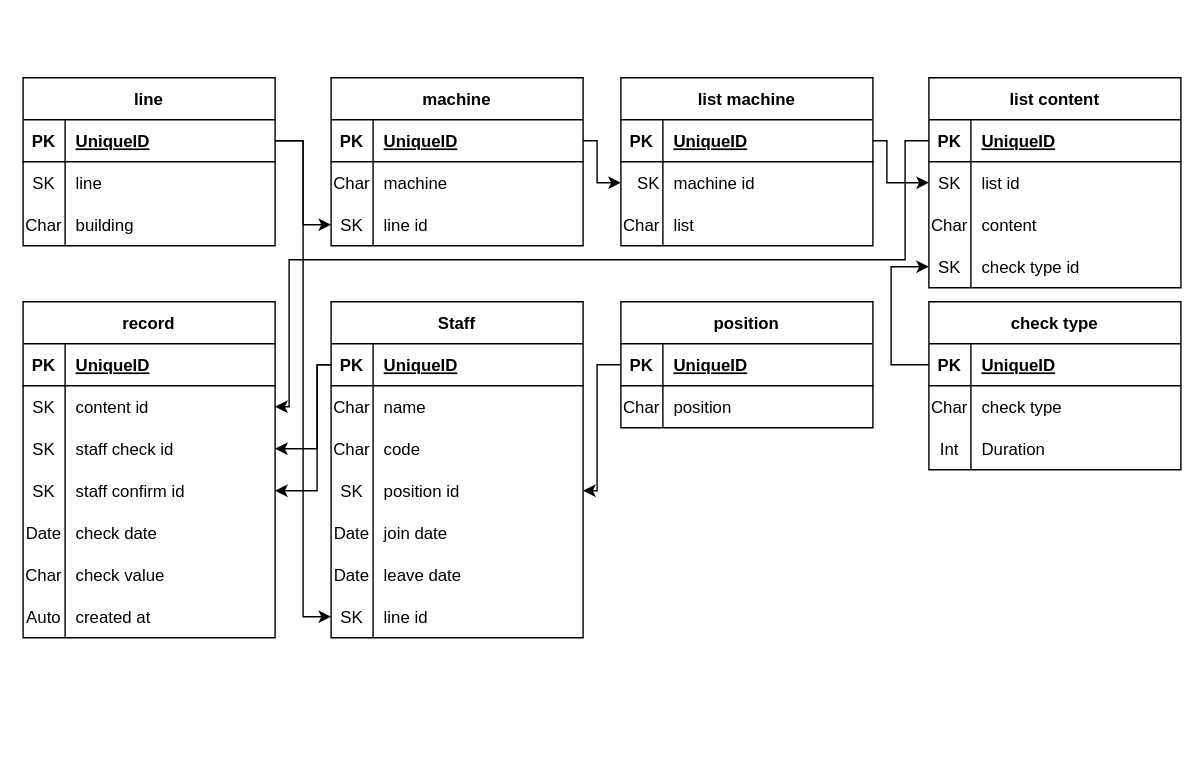
The draw.io diagram checksheet_diagram.drawio in MVC0712/Check_Sheet, before the edit. Source tidied: cells renumbered, new cells numbered last; positions are measured from the earlier drawing's top-left corner, leaving out a move shared by most shapes. Both pictures are drawn from the tidied source at 140%, with x=0, y=0 at pixel (22, 77).
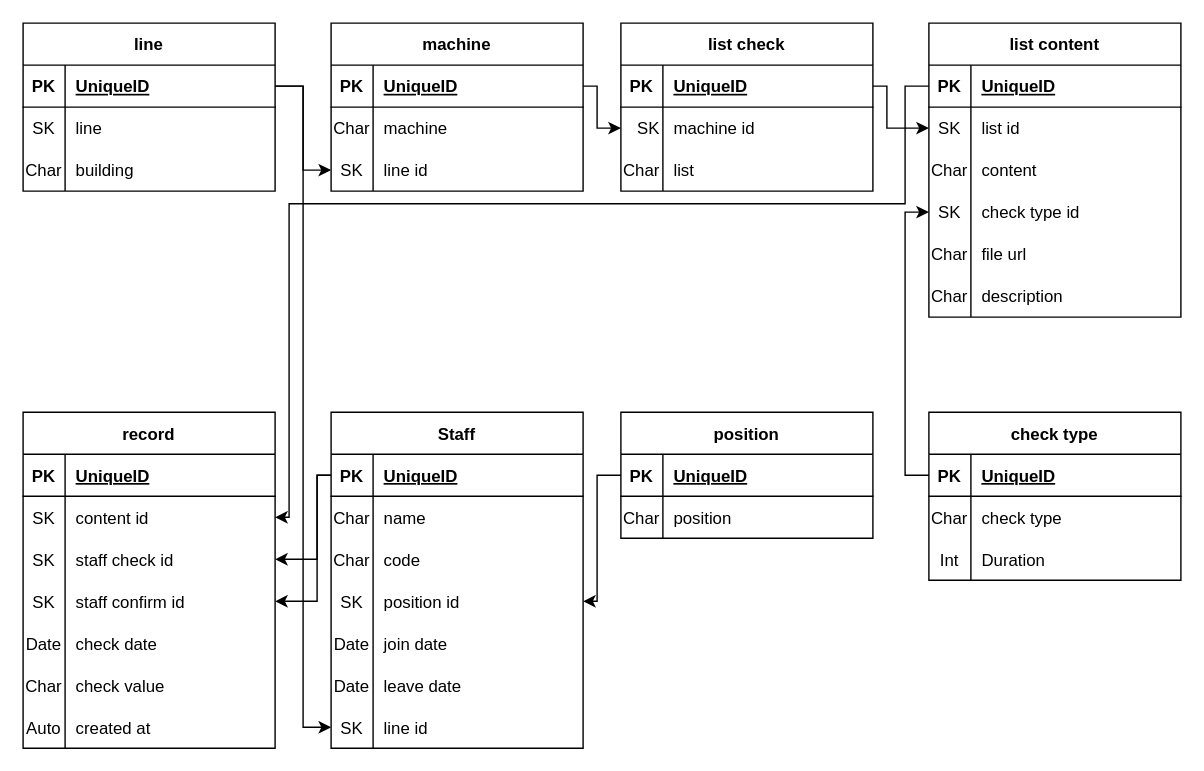
Above is the later version.

Unchanged cells that the change refers to:
```xml
<mxCell id="13" style="shape=tableRow;horizontal=0;startSize=0;swimlaneHead=0;swimlaneBody=0;fillColor=none;points=[[0,0.5],[1,0.5]];portConstraint=eastwest;top=0;left=0;right=0;bottom=1;" parent="12" vertex="1">
  <mxGeometry y="30" width="180" height="30" as="geometry" />
</mxCell>
<mxCell id="23" style="shape=tableRow;horizontal=0;startSize=0;swimlaneHead=0;swimlaneBody=0;fillColor=none;points=[[0,0.5],[1,0.5]];portConstraint=eastwest;top=0;left=0;right=0;bottom=1;" parent="22" vertex="1">
  <mxGeometry y="30" width="180" height="30" as="geometry" />
</mxCell>
<mxCell id="26" style="shape=tableRow;horizontal=0;startSize=0;swimlaneHead=0;swimlaneBody=0;fillColor=none;points=[[0,0.5],[1,0.5]];portConstraint=eastwest;top=0;left=0;right=0;bottom=0;" parent="22" vertex="1">
  <mxGeometry y="60" width="180" height="30" as="geometry" />
</mxCell>
<mxCell id="33" style="shape=tableRow;horizontal=0;startSize=0;swimlaneHead=0;swimlaneBody=0;fillColor=none;points=[[0,0.5],[1,0.5]];portConstraint=eastwest;top=0;left=0;right=0;bottom=1;" parent="32" vertex="1">
  <mxGeometry y="30" width="180" height="30" as="geometry" />
</mxCell>
<mxCell id="36" style="shape=tableRow;horizontal=0;startSize=0;swimlaneHead=0;swimlaneBody=0;fillColor=none;points=[[0,0.5],[1,0.5]];portConstraint=eastwest;top=0;left=0;right=0;bottom=0;" parent="32" vertex="1">
  <mxGeometry y="60" width="180" height="30" as="geometry" />
</mxCell>
<mxCell id="42" style="shape=tableRow;horizontal=0;startSize=0;swimlaneHead=0;swimlaneBody=0;fillColor=none;points=[[0,0.5],[1,0.5]];portConstraint=eastwest;top=0;left=0;right=0;bottom=0;" parent="32" vertex="1">
  <mxGeometry y="120" width="180" height="30" as="geometry" />
</mxCell>
<mxCell id="49" style="shape=tableRow;horizontal=0;startSize=0;swimlaneHead=0;swimlaneBody=0;fillColor=none;points=[[0,0.5],[1,0.5]];portConstraint=eastwest;top=0;left=0;right=0;bottom=0;" parent="45" vertex="1">
  <mxGeometry y="60" width="180" height="30" as="geometry" />
</mxCell>
<mxCell id="52" style="shape=tableRow;horizontal=0;startSize=0;swimlaneHead=0;swimlaneBody=0;fillColor=none;points=[[0,0.5],[1,0.5]];portConstraint=eastwest;top=0;left=0;right=0;bottom=0;" parent="45" vertex="1">
  <mxGeometry y="90" width="180" height="30" as="geometry" />
</mxCell>
<mxCell id="55" style="shape=tableRow;horizontal=0;startSize=0;swimlaneHead=0;swimlaneBody=0;fillColor=none;points=[[0,0.5],[1,0.5]];portConstraint=eastwest;top=0;left=0;right=0;bottom=0;" parent="45" vertex="1">
  <mxGeometry y="120" width="180" height="30" as="geometry" />
</mxCell>
<mxCell id="68" style="shape=tableRow;horizontal=0;startSize=0;swimlaneHead=0;swimlaneBody=0;fillColor=none;points=[[0,0.5],[1,0.5]];portConstraint=eastwest;top=0;left=0;right=0;bottom=1;" parent="67" vertex="1">
  <mxGeometry y="30" width="180" height="30" as="geometry" />
</mxCell>
<mxCell id="77" style="shape=tableRow;horizontal=0;startSize=0;swimlaneHead=0;swimlaneBody=0;fillColor=none;points=[[0,0.5],[1,0.5]];portConstraint=eastwest;top=0;left=0;right=0;bottom=0;" parent="67" vertex="1">
  <mxGeometry y="120" width="180" height="30" as="geometry" />
</mxCell>
<mxCell id="90" style="shape=tableRow;horizontal=0;startSize=0;swimlaneHead=0;swimlaneBody=0;fillColor=none;points=[[0,0.5],[1,0.5]];portConstraint=eastwest;top=0;left=0;right=0;bottom=1;" parent="89" vertex="1">
  <mxGeometry y="30" width="180" height="30" as="geometry" />
</mxCell>
<mxCell id="104" style="shape=tableRow;horizontal=0;startSize=0;swimlaneHead=0;swimlaneBody=0;fillColor=none;points=[[0,0.5],[1,0.5]];portConstraint=eastwest;top=0;left=0;right=0;bottom=1;" parent="103" vertex="1">
  <mxGeometry y="30" width="180" height="30" as="geometry" />
</mxCell>
```

Change to the diagram source:
```diff
@@
     <mxCell id="2" value="line" style="shape=table;startSize=30;childLayout=tableLayout;rowLines=0;fontStyle=1;align=center;" parent="1" vertex="1">
-      <mxGeometry width="180" height="120" as="geometry" />
+      <mxGeometry y="-39" width="180" height="120" as="geometry" />
     </mxCell>
@@
     <mxCell id="12" value="machine" style="shape=table;startSize=30;childLayout=tableLayout;rowLines=0;fontStyle=1;align=center;" parent="1" vertex="1">
-      <mxGeometry x="220" width="180" height="120" as="geometry" />
+      <mxGeometry x="220" y="-39" width="180" height="120" as="geometry" />
     </mxCell>
@@
-    <mxCell id="22" value="list machine" style="shape=table;startSize=30;childLayout=tableLayout;rowLines=0;fontStyle=1;align=center;" parent="1" vertex="1">
-      <mxGeometry x="427" width="180" height="120" as="geometry" />
+    <mxCell id="22" value="list check" style="shape=table;startSize=30;childLayout=tableLayout;rowLines=0;fontStyle=1;align=center;" parent="1" vertex="1">
+      <mxGeometry x="427" y="-39" width="180" height="120" as="geometry" />
     </mxCell>
@@
     <mxCell id="32" value="list content" style="shape=table;startSize=30;childLayout=tableLayout;rowLines=0;fontStyle=1;align=center;" parent="1" vertex="1">
-      <mxGeometry x="647" width="180" height="150" as="geometry" />
+      <mxGeometry x="647" y="-39" width="180" height="210" as="geometry" />
     </mxCell>
@@
+    <mxCell id="115" style="shape=tableRow;horizontal=0;startSize=0;swimlaneHead=0;swimlaneBody=0;fillColor=none;top=0;left=0;right=0;bottom=0;" parent="32" vertex="1">
+      <mxGeometry y="150" width="180" height="30" as="geometry" />
+    </mxCell>
+    <mxCell id="116" value="Char" style="shape=partialRectangle;fillColor=none;top=0;left=0;bottom=0;right=0;overflow=hidden;" parent="115" vertex="1">
+      <mxGeometry width="30" height="30" as="geometry" />
+    </mxCell>
+    <mxCell id="117" value="file url" style="shape=partialRectangle;fillColor=none;top=0;left=0;bottom=0;right=0;align=left;spacingLeft=6;overflow=hidden;" parent="115" vertex="1">
+      <mxGeometry x="30" width="150" height="30" as="geometry" />
+    </mxCell>
+    <mxCell id="118" style="shape=tableRow;horizontal=0;startSize=0;swimlaneHead=0;swimlaneBody=0;fillColor=none;top=0;left=0;right=0;bottom=0;" parent="32" vertex="1">
+      <mxGeometry y="180" width="180" height="30" as="geometry" />
+    </mxCell>
+    <mxCell id="119" value="Char" style="shape=partialRectangle;fillColor=none;top=0;left=0;bottom=0;right=0;overflow=hidden;" parent="118" vertex="1">
+      <mxGeometry width="30" height="30" as="geometry" />
+    </mxCell>
+    <mxCell id="120" value="description" style="shape=partialRectangle;fillColor=none;top=0;left=0;bottom=0;right=0;align=left;spacingLeft=6;overflow=hidden;" parent="118" vertex="1">
+      <mxGeometry x="30" width="150" height="30" as="geometry" />
+    </mxCell>
     <mxCell id="45" value="record" style="shape=table;startSize=30;childLayout=tableLayout;rowLines=0;fontStyle=1;align=center;" parent="1" vertex="1">
-      <mxGeometry y="160" width="180" height="240" as="geometry" />
+      <mxGeometry y="239" width="180" height="240" as="geometry" />
     </mxCell>
@@
     <mxCell id="67" value="Staff" style="shape=table;startSize=30;childLayout=tableLayout;rowLines=0;fontStyle=1;align=center;" parent="1" vertex="1">
-      <mxGeometry x="220" y="160" width="180" height="240" as="geometry" />
+      <mxGeometry x="220" y="239" width="180" height="240" as="geometry" />
     </mxCell>
@@
     <mxCell id="89" value="position" style="shape=table;startSize=30;childLayout=tableLayout;rowLines=0;fontStyle=1;align=center;" parent="1" vertex="1">
-      <mxGeometry x="427" y="160" width="180" height="90" as="geometry" />
+      <mxGeometry x="427" y="239" width="180" height="90" as="geometry" />
     </mxCell>
@@
     <mxCell id="97" style="edgeStyle=orthogonalEdgeStyle;rounded=0;jettySize=auto;html=1;exitX=1;exitY=0.5;exitDx=0;exitDy=0;entryX=0;entryY=0.5;entryDx=0;entryDy=0;" parent="1" edge="1" source="13" target="26">
       <mxGeometry relative="1" as="geometry">
         <Array as="points">
-          <mxPoint x="410" y="45" />
-          <mxPoint x="410" y="75" />
+          <mxPoint x="410" y="6" />
+          <mxPoint x="410" y="36" />
         </Array>
       </mxGeometry>
     </mxCell>
     <mxCell id="98" style="edgeStyle=orthogonalEdgeStyle;rounded=0;jettySize=auto;html=1;exitX=1;exitY=0.5;exitDx=0;exitDy=0;entryX=0;entryY=0.5;entryDx=0;entryDy=0;" parent="1" edge="1" source="23" target="36">
       <mxGeometry relative="1" as="geometry">
         <Array as="points">
-          <mxPoint x="617" y="45" />
-          <mxPoint x="617" y="75" />
+          <mxPoint x="617" y="6" />
+          <mxPoint x="617" y="36" />
         </Array>
       </mxGeometry>
     </mxCell>
     <mxCell id="99" style="edgeStyle=orthogonalEdgeStyle;rounded=0;jettySize=auto;html=1;exitX=0;exitY=0.5;exitDx=0;exitDy=0;entryX=1;entryY=0.5;entryDx=0;entryDy=0;" parent="1" edge="1" source="33" target="49">
       <mxGeometry relative="1" as="geometry">
         <Array as="points">
-          <mxPoint x="630" y="45" />
-          <mxPoint x="630" y="130" />
-          <mxPoint x="190" y="130" />
-          <mxPoint x="190" y="235" />
+          <mxPoint x="630" y="6" />
+          <mxPoint x="630" y="90" />
+          <mxPoint x="190" y="90" />
+          <mxPoint x="190" y="314" />
         </Array>
       </mxGeometry>
     </mxCell>
     <mxCell id="100" style="edgeStyle=orthogonalEdgeStyle;rounded=0;jettySize=auto;html=1;exitX=0;exitY=0.5;exitDx=0;exitDy=0;entryX=1;entryY=0.5;entryDx=0;entryDy=0;" parent="1" edge="1" source="68" target="52">
       <mxGeometry relative="1" as="geometry">
         <Array as="points">
-          <mxPoint x="210" y="205" />
-          <mxPoint x="210" y="265" />
+          <mxPoint x="210" y="284" />
+          <mxPoint x="210" y="344" />
         </Array>
       </mxGeometry>
     </mxCell>
     <mxCell id="101" style="edgeStyle=orthogonalEdgeStyle;rounded=0;jettySize=auto;html=1;exitX=0;exitY=0.5;exitDx=0;exitDy=0;entryX=1;entryY=0.5;entryDx=0;entryDy=0;" parent="1" edge="1" source="90" target="77">
       <mxGeometry relative="1" as="geometry">
         <Array as="points">
-          <mxPoint x="410" y="205" />
-          <mxPoint x="410" y="295" />
+          <mxPoint x="410" y="284" />
+          <mxPoint x="410" y="374" />
         </Array>
       </mxGeometry>
     </mxCell>
     <mxCell id="102" style="edgeStyle=orthogonalEdgeStyle;rounded=0;jettySize=auto;html=1;exitX=0;exitY=0.5;exitDx=0;exitDy=0;entryX=1;entryY=0.5;entryDx=0;entryDy=0;" parent="1" edge="1" source="68" target="55">
       <mxGeometry relative="1" as="geometry">
         <Array as="points">
-          <mxPoint x="210" y="205" />
-          <mxPoint x="210" y="295" />
+          <mxPoint x="210" y="284" />
+          <mxPoint x="210" y="374" />
         </Array>
       </mxGeometry>
     </mxCell>
     <mxCell id="103" value="check type" style="shape=table;startSize=30;childLayout=tableLayout;rowLines=0;fontStyle=1;align=center;" parent="1" vertex="1">
-      <mxGeometry x="647" y="160" width="180" height="120" as="geometry" />
+      <mxGeometry x="647" y="239" width="180" height="120" as="geometry" />
     </mxCell>
@@
     <mxCell id="113" style="edgeStyle=orthogonalEdgeStyle;rounded=0;jettySize=auto;html=1;exitX=0;exitY=0.5;exitDx=0;exitDy=0;entryX=0;entryY=0.5;entryDx=0;entryDy=0;" parent="1" edge="1" source="104" target="42">
       <mxGeometry relative="1" as="geometry">
         <Array as="points">
-          <mxPoint x="620" y="205" />
-          <mxPoint x="620" y="135" />
+          <mxPoint x="630" y="284" />
+          <mxPoint x="630" y="96" />
         </Array>
       </mxGeometry>
     </mxCell>
```
